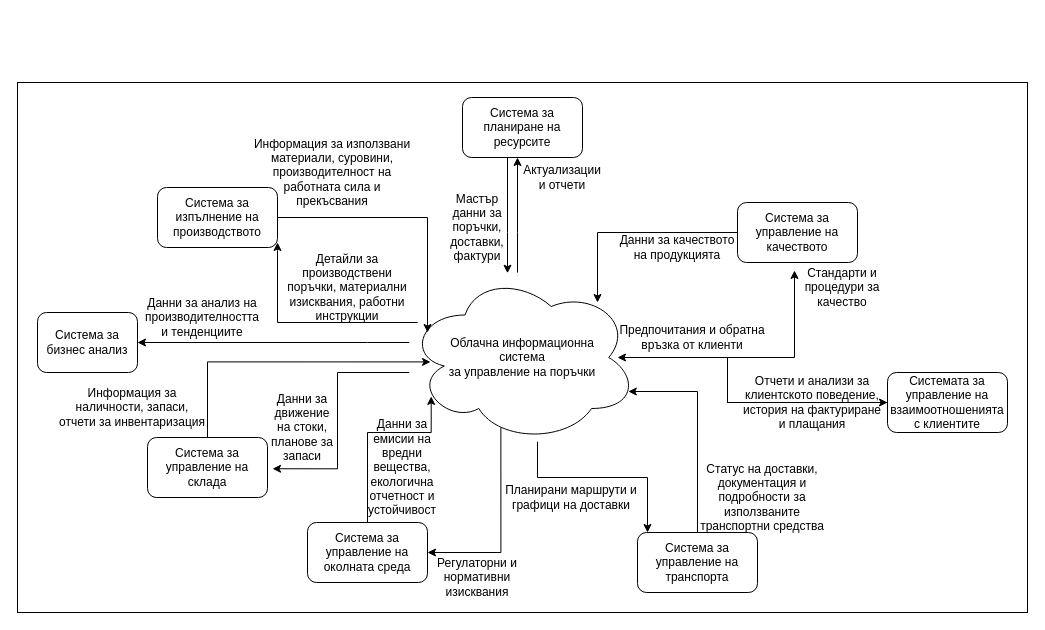
Before: Chapter1/PersoSystDiagram.drawio in profjordanov/phd, a draw.io diagram. Source tidied: cells renumbered, new cells numbered last; positions are measured from the earlier drawing's top-left corner, leaving out a move shared by most shapes. Both pictures are drawn from the tidied source at 100%, with x=0, y=0 at pixel (17, 82).
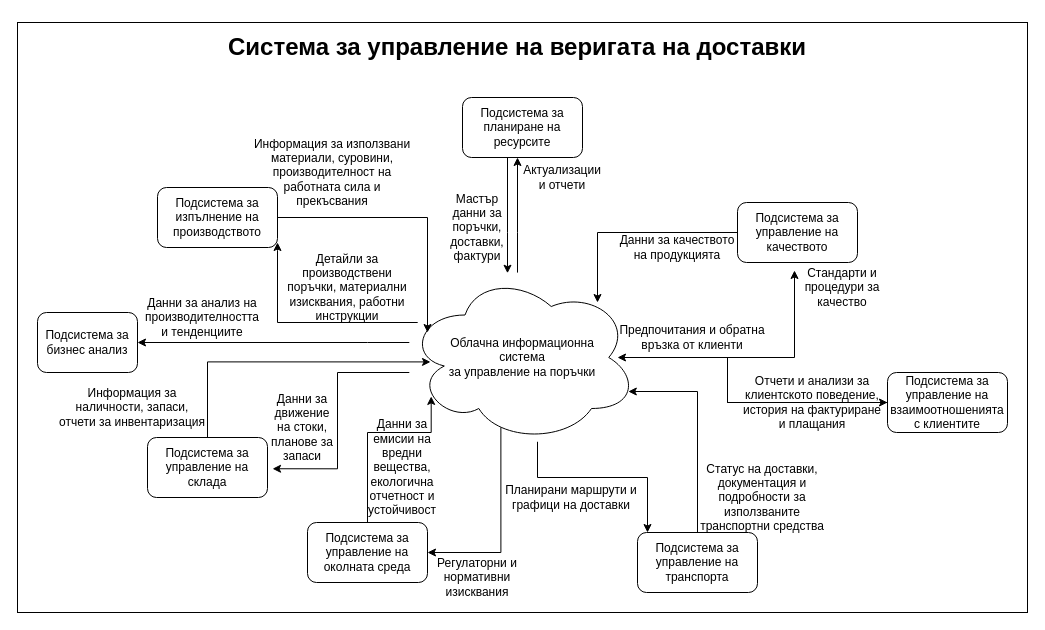
Above is the later version.

The edit, as a diff of the source:
```diff
@@
     <mxCell id="2" style="rounded=0;whiteSpace=wrap;html=1;" parent="1" vertex="1">
-      <mxGeometry width="1010" height="530" as="geometry" />
+      <mxGeometry y="-60" width="1010" height="590" as="geometry" />
     </mxCell>
@@
-    <mxCell id="9" value="Система за управление на околната среда" style="rounded=1;whiteSpace=wrap;html=1;" parent="1" vertex="1">
+    <mxCell id="9" value="Подсистема&amp;nbsp;за управление на околната среда" style="rounded=1;whiteSpace=wrap;html=1;" parent="1" vertex="1">
       <mxGeometry x="290" y="440" width="120" height="60" as="geometry" />
     </mxCell>
-    <mxCell id="10" value="Система за управление на транспорта" style="rounded=1;whiteSpace=wrap;html=1;" parent="1" vertex="1">
+    <mxCell id="10" value="Подсистема&amp;nbsp;за управление на транспорта" style="rounded=1;whiteSpace=wrap;html=1;" parent="1" vertex="1">
       <mxGeometry x="620" y="450" width="120" height="60" as="geometry" />
     </mxCell>
-    <mxCell id="11" value="Системата за управление на взаимоотношенията с клиентите" style="rounded=1;whiteSpace=wrap;html=1;" parent="1" vertex="1">
+    <mxCell id="11" value="Подсистема&amp;nbsp;за управление на взаимоотношенията с клиентите" style="rounded=1;whiteSpace=wrap;html=1;" parent="1" vertex="1">
       <mxGeometry x="870" y="290" width="120" height="60" as="geometry" />
     </mxCell>
-    <mxCell id="12" value="Система за управление на складa" style="rounded=1;whiteSpace=wrap;html=1;" parent="1" vertex="1">
+    <mxCell id="12" value="Подсистема&amp;nbsp;за управление на складa" style="rounded=1;whiteSpace=wrap;html=1;" parent="1" vertex="1">
       <mxGeometry x="130" y="355" width="120" height="60" as="geometry" />
     </mxCell>
-    <mxCell id="13" value="Системa за изпълнение на производството" style="rounded=1;whiteSpace=wrap;html=1;" parent="1" vertex="1">
+    <mxCell id="13" value="Подсистема&amp;nbsp;за изпълнение на производството" style="rounded=1;whiteSpace=wrap;html=1;" parent="1" vertex="1">
       <mxGeometry x="140" y="105" width="120" height="60" as="geometry" />
     </mxCell>
@@
-    <mxCell id="15" value="Система за планиране на ресурсите" style="rounded=1;whiteSpace=wrap;html=1;" parent="1" vertex="1">
+    <mxCell id="15" value="Подсистема за планиране на ресурсите" style="rounded=1;whiteSpace=wrap;html=1;" parent="1" vertex="1">
       <mxGeometry x="445" y="15" width="120" height="60" as="geometry" />
     </mxCell>
-    <mxCell id="16" value="Система за управление на качеството" style="rounded=1;whiteSpace=wrap;html=1;" parent="1" vertex="1">
+    <mxCell id="16" value="Подсистема&amp;nbsp;за управление на качеството" style="rounded=1;whiteSpace=wrap;html=1;" parent="1" vertex="1">
       <mxGeometry x="720" y="120" width="120" height="60" as="geometry" />
     </mxCell>
-    <mxCell id="17" value="Система за бизнес анализ" style="rounded=1;whiteSpace=wrap;html=1;" parent="1" vertex="1">
+    <mxCell id="17" value="Подсистема&amp;nbsp;за бизнес анализ" style="rounded=1;whiteSpace=wrap;html=1;" parent="1" vertex="1">
       <mxGeometry x="20" y="230" width="100" height="60" as="geometry" />
     </mxCell>
@@
+    <mxCell id="42" value="&lt;h1&gt;Система за управление на веригата на доставки&lt;/h1&gt;" style="text;html=1;align=center;verticalAlign=middle;whiteSpace=wrap;rounded=0;" parent="1" vertex="1">
+      <mxGeometry x="190" y="-50" width="620" height="30" as="geometry" />
+    </mxCell>
```
